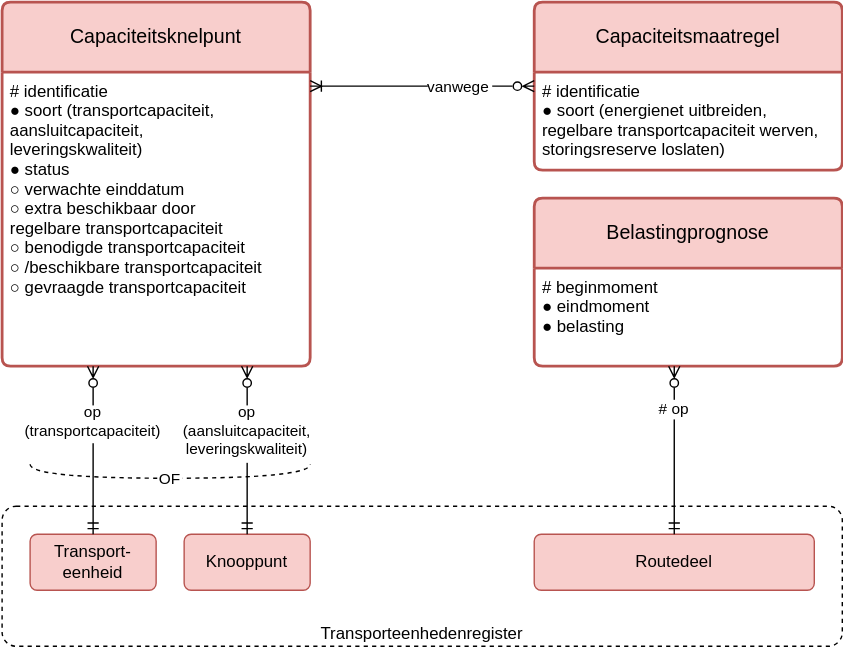
Netbeheer-Nederland/stelsel keeps this draw.io diagram as registers/capaciteitsknelpuntenregister/1.0/capaciteitsknelpuntenregister.drawio.svg. Above is the earlier version. Source tidied: cells renumbered, new cells last; positions are measured from the earlier drawing's top-left corner, leaving out a move shared by most shapes.
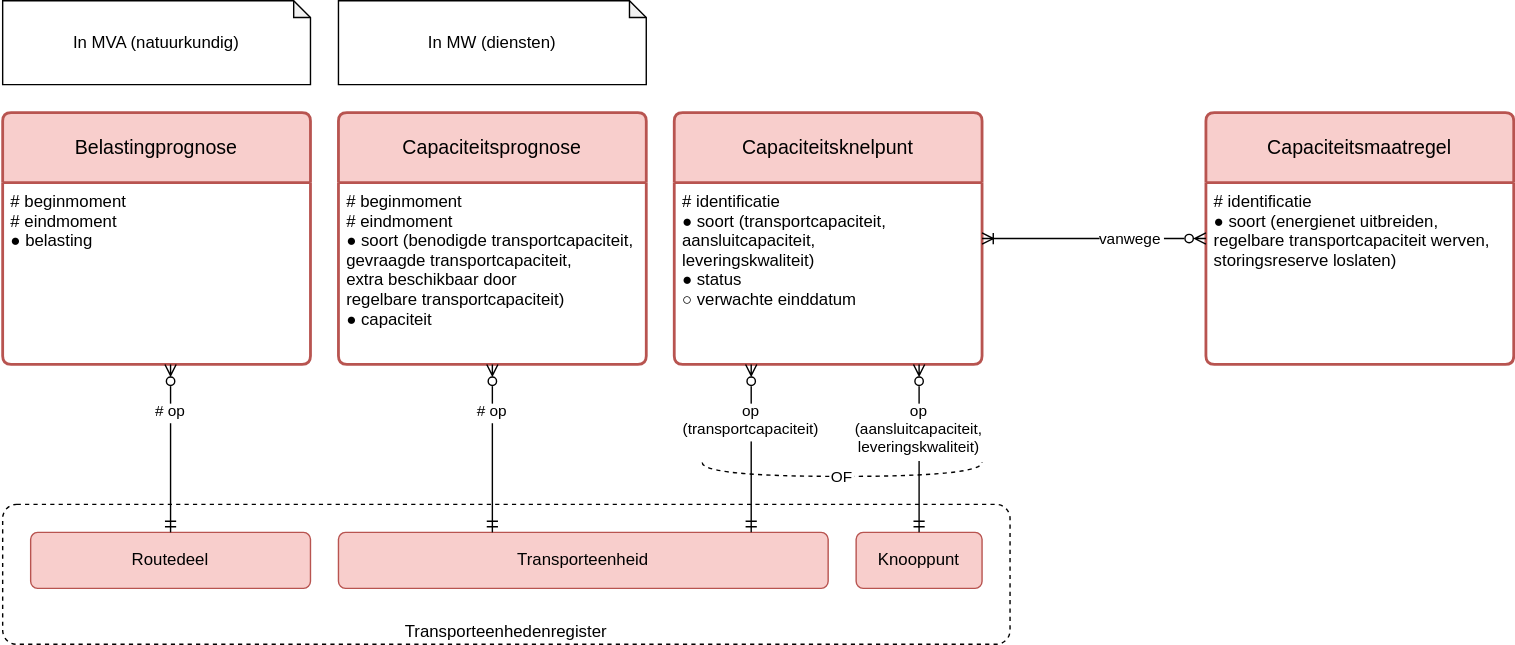
After the commit.

The edit, as a diff of the source:
```diff
@@ -3,56 +3,71 @@
     <mxCell id="0" />
     <mxCell id="1" parent="0" />
     <mxCell id="2" value="Capaciteitsknelpunt" style="swimlane;horizontal=1;startSize=50;rounded=1;fontSize=14;fontStyle=0;strokeWidth=2;shadow=0;dashed=0;align=center;arcSize=4;whiteSpace=wrap;spacing=10;fillColor=#f8cecc;strokeColor=#b85450;" parent="1" vertex="1">
-      <mxGeometry width="220" height="260" as="geometry" />
+      <mxGeometry x="920" y="-240" width="220" height="180" as="geometry" />
     </mxCell>
-    <mxCell id="3" value="# identificatie&#10;● soort (transportcapaciteit,&#10;   aansluitcapaciteit,&#10;   leveringskwaliteit)&#10;● status&#10;○ verwachte einddatum&#10;○ extra beschikbaar door&#10;   regelbare transportcapaciteit&#10;○ benodigde transportcapaciteit&#10;○ /beschikbare transportcapaciteit&#10;○ gevraagde transportcapaciteit" style="align=left;strokeColor=none;fillColor=none;spacingLeft=4;fontSize=12;verticalAlign=top;" parent="2" vertex="1">
-      <mxGeometry y="50" width="220" height="210" as="geometry" />
+    <mxCell id="3" value="# identificatie&#10;● soort (transportcapaciteit,&#10;   aansluitcapaciteit,&#10;   leveringskwaliteit)&#10;● status&#10;○ verwachte einddatum" style="align=left;strokeColor=none;fillColor=none;spacingLeft=4;fontSize=12;verticalAlign=top;" parent="2" vertex="1">
+      <mxGeometry y="50" width="220" height="130" as="geometry" />
     </mxCell>
     <mxCell id="4" value="Transporteenhedenregister" style="rounded=1;whiteSpace=wrap;absoluteArcSize=1;dashed=1;fillColor=default;verticalAlign=bottom;spacingLeft=10;spacingRight=10;align=center;" parent="1" vertex="1">
-      <mxGeometry y="360" width="600" height="100" as="geometry" />
+      <mxGeometry x="440" y="40" width="720" height="100" as="geometry" />
     </mxCell>
-    <mxCell id="5" value="Transport-eenheid" style="rounded=1;arcSize=10;whiteSpace=wrap;align=center;absoluteArcSize=1;spacing=10;fillColor=#f8cecc;strokeColor=#b85450;" parent="1" vertex="1">
-      <mxGeometry x="20" y="380" width="90" height="40" as="geometry" />
+    <mxCell id="5" value="Transporteenheid" style="rounded=1;arcSize=10;whiteSpace=wrap;align=center;absoluteArcSize=1;spacing=10;fillColor=#f8cecc;strokeColor=#b85450;" parent="1" vertex="1">
+      <mxGeometry x="680" y="60" width="350" height="40" as="geometry" />
     </mxCell>
     <mxCell id="6" value="op&#10;(transportcapaciteit)" style="endArrow=ERmandOne;endFill=0;startArrow=ERzeroToMany;startFill=0;align=center;edgeStyle=elbowEdgeStyle;verticalAlign=top;" parent="1" edge="1" source="2" target="5">
       <mxGeometry x="-0.67" relative="1" as="geometry" />
     </mxCell>
     <mxCell id="7" value="Routedeel" style="rounded=1;arcSize=10;whiteSpace=wrap;align=center;absoluteArcSize=1;spacing=10;fillColor=#f8cecc;strokeColor=#b85450;" parent="1" vertex="1">
-      <mxGeometry x="380" y="380" width="200" height="40" as="geometry" />
+      <mxGeometry x="460" y="60" width="200" height="40" as="geometry" />
     </mxCell>
     <mxCell id="8" value="Capaciteitsmaatregel" style="swimlane;horizontal=1;startSize=50;rounded=1;fontSize=14;fontStyle=0;strokeWidth=2;shadow=0;dashed=0;align=center;arcSize=4;whiteSpace=wrap;spacing=10;fillColor=#f8cecc;strokeColor=#b85450;" parent="1" vertex="1">
-      <mxGeometry x="380" width="220" height="120" as="geometry" />
+      <mxGeometry x="1300" y="-240" width="220" height="180" as="geometry" />
     </mxCell>
     <mxCell id="9" value="# identificatie&#10;● soort (energienet uitbreiden,&#10;   regelbare transportcapaciteit werven,&#10;   storingsreserve loslaten)" style="align=left;strokeColor=none;fillColor=none;spacingLeft=4;fontSize=12;verticalAlign=top;" parent="8" vertex="1">
-      <mxGeometry y="50" width="220" height="70" as="geometry" />
+      <mxGeometry y="50" width="220" height="130" as="geometry" />
     </mxCell>
     <mxCell id="10" value="Belastingprognose" style="swimlane;horizontal=1;startSize=50;rounded=1;fontSize=14;fontStyle=0;strokeWidth=2;shadow=0;dashed=0;align=center;arcSize=4;whiteSpace=wrap;spacing=10;fillColor=#f8cecc;strokeColor=#b85450;" parent="1" vertex="1">
-      <mxGeometry x="380" y="140" width="220" height="120" as="geometry" />
+      <mxGeometry x="440" y="-240" width="220" height="180" as="geometry" />
     </mxCell>
-    <mxCell id="11" value="# beginmoment&#10;● eindmoment&#10;● belasting" style="align=left;strokeColor=none;fillColor=none;spacingLeft=4;fontSize=12;verticalAlign=top;" parent="10" vertex="1">
-      <mxGeometry y="50" width="220" height="70" as="geometry" />
+    <mxCell id="11" value="# beginmoment&#10;# eindmoment&#10;● belasting" style="align=left;strokeColor=none;fillColor=none;spacingLeft=4;fontSize=12;verticalAlign=top;" parent="10" vertex="1">
+      <mxGeometry y="50" width="220" height="130" as="geometry" />
     </mxCell>
     <mxCell id="12" value="vanwege" style="endArrow=ERoneToMany;edgeStyle=elbowEdgeStyle;endFill=0;startArrow=ERzeroToMany;startFill=0;align=right;elbow=vertical;" parent="1" edge="1" source="8" target="2">
       <mxGeometry x="-0.62" relative="1" as="geometry" />
     </mxCell>
-    <mxCell id="13" value="# op" style="endArrow=ERmandOne;edgeStyle=elbowEdgeStyle;endFill=0;startArrow=ERzeroToMany;startFill=0;" parent="1" edge="1" source="10" target="7">
-      <mxGeometry x="-0.5" relative="1" as="geometry" />
+    <mxCell id="13" value="# op" style="endArrow=ERmandOne;edgeStyle=elbowEdgeStyle;endFill=0;startArrow=ERzeroToMany;startFill=0;verticalAlign=top;" parent="1" edge="1" source="10" target="7">
+      <mxGeometry x="-0.67" relative="1" as="geometry" />
     </mxCell>
     <mxCell id="14" value="Knooppunt" style="rounded=1;arcSize=10;whiteSpace=wrap;align=center;absoluteArcSize=1;spacing=10;fillColor=#f8cecc;strokeColor=#b85450;" parent="1" vertex="1">
-      <mxGeometry x="130" y="380" width="90" height="40" as="geometry" />
+      <mxGeometry x="1050" y="60" width="90" height="40" as="geometry" />
     </mxCell>
     <mxCell id="15" value="op&#10;(aansluitcapaciteit,&#10;leveringskwaliteit)" style="endArrow=ERmandOne;endFill=0;startArrow=ERzeroToMany;startFill=0;align=center;edgeStyle=elbowEdgeStyle;verticalAlign=top;" parent="1" edge="1" source="2" target="14">
       <mxGeometry x="-0.67" relative="1" as="geometry" />
     </mxCell>
     <mxCell id="16" value="OF" style="endArrow=none;dashed=1;rounded=0;elbow=vertical;edgeStyle=orthogonalEdgeStyle;curved=1;" parent="1" edge="1">
       <mxGeometry relative="1" as="geometry">
-        <mxPoint x="20" y="330" as="sourcePoint" />
-        <mxPoint x="220" y="330" as="targetPoint" />
+        <mxPoint x="940" y="10" as="sourcePoint" />
+        <mxPoint x="1140" y="10" as="targetPoint" />
         <Array as="points">
-          <mxPoint x="20" y="340" />
-          <mxPoint x="220" y="340" />
+          <mxPoint x="940" y="20" />
+          <mxPoint x="1140" y="20" />
         </Array>
       </mxGeometry>
     </mxCell>
+    <mxCell id="17" value="Capaciteitsprognose" style="swimlane;horizontal=1;startSize=50;rounded=1;fontSize=14;fontStyle=0;strokeWidth=2;shadow=0;dashed=0;align=center;arcSize=4;whiteSpace=wrap;spacing=10;fillColor=#f8cecc;strokeColor=#b85450;" parent="1" vertex="1">
+      <mxGeometry x="680" y="-240" width="220" height="180" as="geometry" />
+    </mxCell>
+    <mxCell id="18" value="# beginmoment&#10;# eindmoment&#10;● soort (benodigde transportcapaciteit,&#10;   gevraagde transportcapaciteit,&#10;   extra beschikbaar door&#10;   regelbare transportcapaciteit)&#10;● capaciteit" style="align=left;strokeColor=none;fillColor=none;spacingLeft=4;fontSize=12;verticalAlign=top;" parent="17" vertex="1">
+      <mxGeometry y="50" width="220" height="130" as="geometry" />
+    </mxCell>
+    <mxCell id="19" value="# op" style="endArrow=ERmandOne;endFill=0;startArrow=ERzeroToMany;startFill=0;align=center;edgeStyle=elbowEdgeStyle;verticalAlign=top;" parent="1" edge="1" source="17" target="5">
+      <mxGeometry x="-0.67" relative="1" as="geometry" />
+    </mxCell>
+    <mxCell id="20" value="In MVA (natuurkundig)" style="shape=note;whiteSpace=wrap;html=1;backgroundOutline=1;darkOpacity=0.05;size=12;" parent="1" vertex="1">
+      <mxGeometry x="440" y="-320" width="220" height="60" as="geometry" />
+    </mxCell>
+    <mxCell id="21" value="In MW (diensten)" style="shape=note;whiteSpace=wrap;html=1;backgroundOutline=1;darkOpacity=0.05;size=12;" parent="1" vertex="1">
+      <mxGeometry x="680" y="-320" width="220" height="60" as="geometry" />
+    </mxCell>
   </root>
 </mxGraphModel>
```
